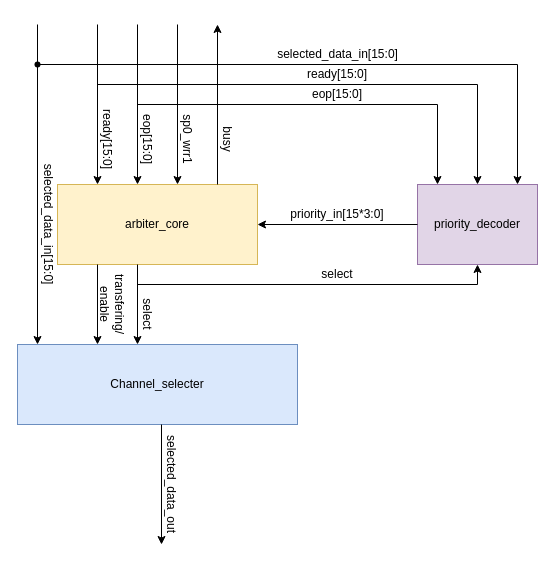
Before: system_blocks/write_arbiter_system_block.drawio in miilTgy/sram_ctl, a draw.io diagram. Source tidied: cells renumbered, new cells numbered last; positions are measured from the earlier drawing's top-left corner, leaving out a move shared by most shapes. Both pictures are drawn from the tidied source at 100%, with x=0, y=0 at pixel (-3, 24).
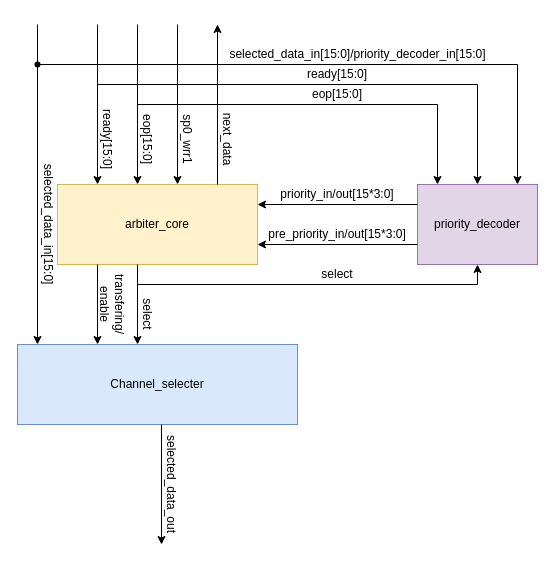
The same diagram, later.

Commit message (it also covers changes not shown here):
Modified write_arbiter_system_block.

What changed in the source:
```diff
@@
     <mxCell id="17" style="endArrow=classic;html=1;rounded=0;" parent="1" edge="1">
       <mxGeometry relative="1" as="geometry">
-        <mxPoint x="420" y="200" as="sourcePoint" />
-        <mxPoint x="260" y="200" as="targetPoint" />
+        <mxPoint x="420" y="180" as="sourcePoint" />
+        <mxPoint x="260" y="180" as="targetPoint" />
       </mxGeometry>
     </mxCell>
-    <mxCell id="18" value="priority_in[15*3:0]" style="text;html=1;align=center;verticalAlign=middle;whiteSpace=wrap;rounded=0;" parent="1" vertex="1">
-      <mxGeometry x="310" y="170" width="60" height="40" as="geometry" />
+    <mxCell id="18" value="priority_in/out[15*3:0]" style="text;html=1;align=center;verticalAlign=middle;whiteSpace=wrap;rounded=0;" parent="1" vertex="1">
+      <mxGeometry x="310" y="150" width="60" height="40" as="geometry" />
     </mxCell>
@@
-    <mxCell id="20" value="selected_data_in[15:0]" style="text;html=1;align=center;verticalAlign=middle;whiteSpace=wrap;rounded=0;rotation=0;" parent="1" vertex="1">
-      <mxGeometry x="289.5" y="20" width="101" height="20" as="geometry" />
+    <mxCell id="20" value="selected_data_in[15:0]/priority_decoder_in[15:0]" style="text;html=1;align=center;verticalAlign=middle;whiteSpace=wrap;rounded=0;rotation=0;" parent="1" vertex="1">
+      <mxGeometry x="310" y="20" width="101" height="20" as="geometry" />
     </mxCell>
@@
-    <mxCell id="25" value="busy" style="text;html=1;align=center;verticalAlign=middle;whiteSpace=wrap;rounded=0;rotation=90;" parent="1" vertex="1">
+    <mxCell id="25" value="next_data" style="text;html=1;align=center;verticalAlign=middle;whiteSpace=wrap;rounded=0;rotation=90;" parent="1" vertex="1">
       <mxGeometry x="200" y="100" width="60" height="30" as="geometry" />
     </mxCell>
@@
+    <mxCell id="32" style="endArrow=classic;html=1;rounded=0;" parent="1" edge="1">
+      <mxGeometry relative="1" as="geometry">
+        <mxPoint x="420" y="220" as="sourcePoint" />
+        <mxPoint x="260" y="220" as="targetPoint" />
+      </mxGeometry>
+    </mxCell>
+    <mxCell id="33" value="pre_priority_in/out[15*3:0]" style="text;html=1;align=center;verticalAlign=middle;whiteSpace=wrap;rounded=0;" parent="1" vertex="1">
+      <mxGeometry x="310" y="190" width="60" height="40" as="geometry" />
+    </mxCell>
```
